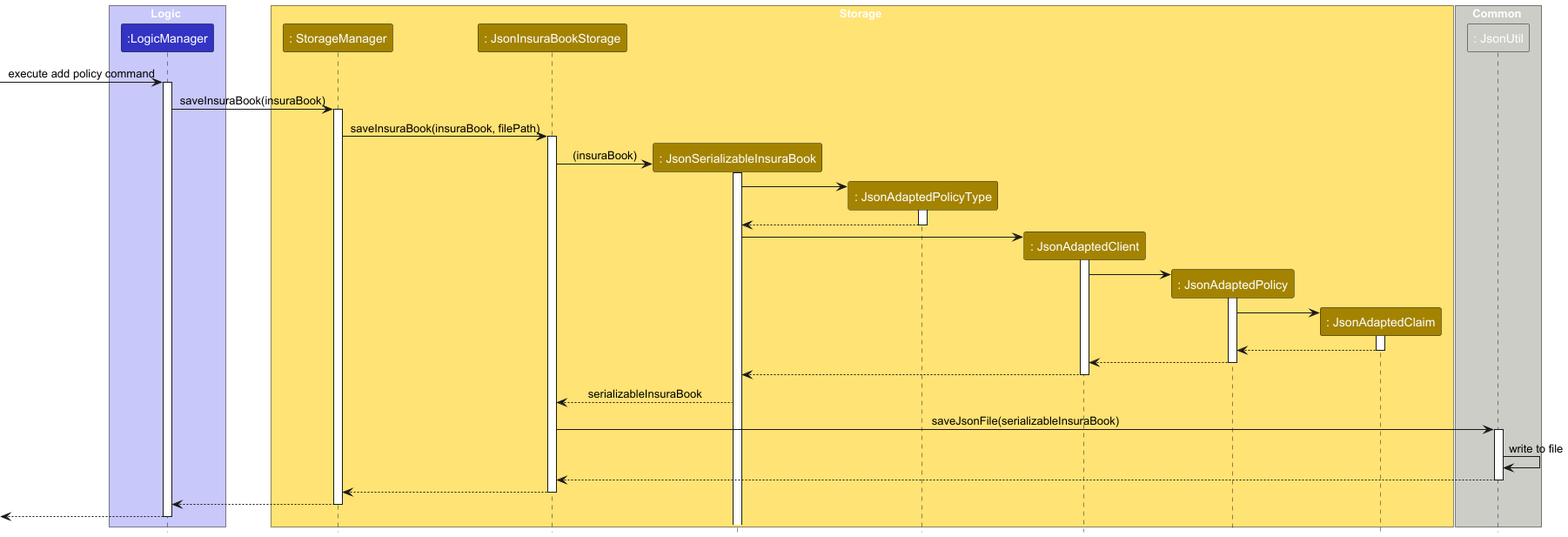
Above: docs/images/StorageSavingDataSequenceDiagram.png in AY2526S1-CS2103T-F15b-1/tp (PlantUML), before the change. Source of this version:
```plantuml
@startuml
!include style.puml
!define COMMONS_COLOR #CCCDC6
skinparam ArrowFontStyle plain

box Logic LOGIC_COLOR_T1
participant ":LogicManager" as LogicManager LOGIC_COLOR
end box

box Storage STORAGE_COLOR_T1
participant ": StorageManager" as StorageManager STORAGE_COLOR
participant ": JsonInsuraBookStorage" as JsonInsuraBookStorage STORAGE_COLOR
participant ": JsonSerializableInsuraBook" as JsonSerializableInsuraBook STORAGE_COLOR
participant ": JsonAdaptedPolicyType" as JsonAdaptedPolicyType STORAGE_COLOR
participant ": JsonAdaptedClient" as JsonAdaptedClient STORAGE_COLOR
participant ": JsonAdaptedPolicy" as JsonAdaptedPolicy STORAGE_COLOR
participant ": JsonAdaptedClaim" as JsonAdaptedClaim STORAGE_COLOR
end box

box Common COMMONS_COLOR
participant ": JsonUtil" as JsonUtil COMMONS_COLOR
end box

[-> LogicManager : execute add policy command
activate LogicManager

LogicManager -> StorageManager : saveInsuraBook(insuraBook)
activate StorageManager

StorageManager -> JsonInsuraBookStorage : saveInsuraBook(insuraBook, filePath)
activate JsonInsuraBookStorage

create JsonSerializableInsuraBook
JsonInsuraBookStorage -> JsonSerializableInsuraBook : (insuraBook)
activate JsonSerializableInsuraBook

create JsonAdaptedPolicyType
JsonSerializableInsuraBook -> JsonAdaptedPolicyType
activate JsonAdaptedPolicyType
JsonAdaptedPolicyType --> JsonSerializableInsuraBook
deactivate JsonAdaptedPolicyType

create JsonAdaptedClient
JsonSerializableInsuraBook -> JsonAdaptedClient
activate JsonAdaptedClient

create JsonAdaptedPolicy
JsonAdaptedClient -> JsonAdaptedPolicy
activate JsonAdaptedPolicy

create JsonAdaptedClaim
JsonAdaptedPolicy -> JsonAdaptedClaim
activate JsonAdaptedClaim
JsonAdaptedClaim --> JsonAdaptedPolicy
deactivate JsonAdaptedClaim

JsonAdaptedPolicy --> JsonAdaptedClient
deactivate JsonAdaptedPolicy

JsonAdaptedClient --> JsonSerializableInsuraBook
deactivate JsonAdaptedClient
JsonSerializableInsuraBook --> JsonInsuraBookStorage : serializableInsuraBook

JsonInsuraBookStorage -> JsonUtil : saveJsonFile(serializableInsuraBook)
activate JsonUtil

JsonUtil -> JsonUtil : write to file
JsonUtil --> JsonInsuraBookStorage
deactivate JsonUtil

JsonInsuraBookStorage --> StorageManager
deactivate JsonInsuraBookStorage


StorageManager --> LogicManager
deactivate StorageManager

[<--LogicManager
deactivate LogicManager
@enduml
```
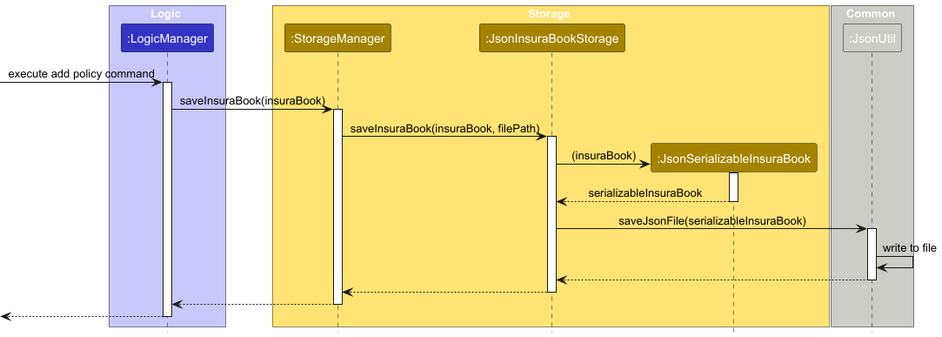
The same diagram one commit later.

Change to the diagram source:
```diff
@@ -8,17 +8,13 @@
 end box
 
 box Storage STORAGE_COLOR_T1
-participant ": StorageManager" as StorageManager STORAGE_COLOR
-participant ": JsonInsuraBookStorage" as JsonInsuraBookStorage STORAGE_COLOR
-participant ": JsonSerializableInsuraBook" as JsonSerializableInsuraBook STORAGE_COLOR
-participant ": JsonAdaptedPolicyType" as JsonAdaptedPolicyType STORAGE_COLOR
-participant ": JsonAdaptedClient" as JsonAdaptedClient STORAGE_COLOR
-participant ": JsonAdaptedPolicy" as JsonAdaptedPolicy STORAGE_COLOR
-participant ": JsonAdaptedClaim" as JsonAdaptedClaim STORAGE_COLOR
+participant ":StorageManager" as StorageManager STORAGE_COLOR
+participant ":JsonInsuraBookStorage" as JsonInsuraBookStorage STORAGE_COLOR
+participant ":JsonSerializableInsuraBook" as JsonSerializableInsuraBook STORAGE_COLOR
 end box
 
 box Common COMMONS_COLOR
-participant ": JsonUtil" as JsonUtil COMMONS_COLOR
+participant ":JsonUtil" as JsonUtil COMMONS_COLOR
 end box
 
 [-> LogicManager : execute add policy command
@@ -33,33 +29,8 @@
 create JsonSerializableInsuraBook
 JsonInsuraBookStorage -> JsonSerializableInsuraBook : (insuraBook)
 activate JsonSerializableInsuraBook
-
-create JsonAdaptedPolicyType
-JsonSerializableInsuraBook -> JsonAdaptedPolicyType
-activate JsonAdaptedPolicyType
-JsonAdaptedPolicyType --> JsonSerializableInsuraBook
-deactivate JsonAdaptedPolicyType
-
-create JsonAdaptedClient
-JsonSerializableInsuraBook -> JsonAdaptedClient
-activate JsonAdaptedClient
-
-create JsonAdaptedPolicy
-JsonAdaptedClient -> JsonAdaptedPolicy
-activate JsonAdaptedPolicy
-
-create JsonAdaptedClaim
-JsonAdaptedPolicy -> JsonAdaptedClaim
-activate JsonAdaptedClaim
-JsonAdaptedClaim --> JsonAdaptedPolicy
-deactivate JsonAdaptedClaim
-
-JsonAdaptedPolicy --> JsonAdaptedClient
-deactivate JsonAdaptedPolicy
-
-JsonAdaptedClient --> JsonSerializableInsuraBook
-deactivate JsonAdaptedClient
 JsonSerializableInsuraBook --> JsonInsuraBookStorage : serializableInsuraBook
+deactivate JsonSerializableInsuraBook
 
 JsonInsuraBookStorage -> JsonUtil : saveJsonFile(serializableInsuraBook)
 activate JsonUtil
@@ -77,4 +48,5 @@
 
 [<--LogicManager
 deactivate LogicManager
+
 @enduml
```
